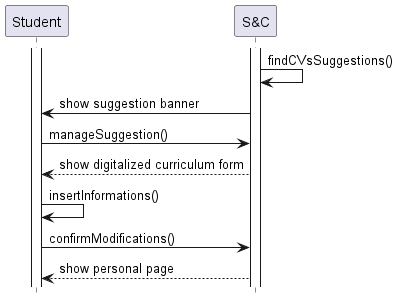
Before: RASD/Specific_requirements/uml_diagrams/UC14_diagram.png, a diagram exported from PlantUML (matti8702/R_and_DD_project_SE2). Source of this version:
```plantuml
@startuml UC14_diagram
hide footbox

participant "Student" as ST
participant "S&C" AS S

activate ST
activate S
S -> S: findCVsSuggestions()
S -> ST: show suggestion banner
ST -> S: manageSuggestion()
S --> ST: show digitalized curriculum form
ST -> ST: insertInformations()
ST -> S: confirmModifications()
S --> ST: show personal page
@enduml
```
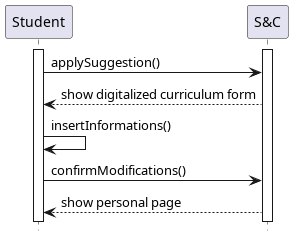
After the commit.

Change to the diagram source:
```diff
@@ -6,9 +6,8 @@
 
 activate ST
 activate S
-S -> S: findCVsSuggestions()
-S -> ST: show suggestion banner
-ST -> S: manageSuggestion()
+
+ST -> S: applySuggestion()
 S --> ST: show digitalized curriculum form
 ST -> ST: insertInformations()
 ST -> S: confirmModifications()
```
